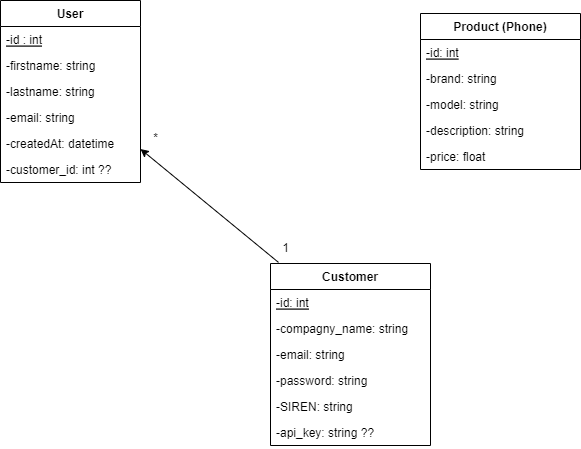
Above: Diagrams/Diagramme-de-classe_BileMo.drawio.png in bigben35/BileMo (draw.io), before the change. Source tidied: cells renumbered, new cells last; positions are measured from the earlier drawing's top-left corner, leaving out a move shared by most shapes. The source it was exported from:
```xml
<mxGraphModel>
  <root>
    <mxCell id="0" />
    <mxCell id="1" parent="0" />
    <mxCell id="2" value="Customer" style="swimlane;fontStyle=1;horizontal=1;startSize=26;fillColor=none;" parent="1" vertex="1">
      <mxGeometry x="270" y="263" width="160" height="182" as="geometry" />
    </mxCell>
    <mxCell id="3" value="-id: int" style="text;strokeColor=none;fillColor=none;align=left;verticalAlign=top;spacingLeft=4;spacingRight=4;overflow=hidden;fontStyle=4;" parent="2" vertex="1">
      <mxGeometry y="26" width="160" height="26" as="geometry" />
    </mxCell>
    <mxCell id="4" value="-compagny_name: string" style="text;strokeColor=none;fillColor=none;align=left;verticalAlign=top;spacingLeft=4;spacingRight=4;overflow=hidden;" parent="2" vertex="1">
      <mxGeometry y="52" width="160" height="26" as="geometry" />
    </mxCell>
    <mxCell id="5" value="-email: string" style="text;strokeColor=none;fillColor=none;align=left;verticalAlign=top;spacingLeft=4;spacingRight=4;overflow=hidden;" parent="2" vertex="1">
      <mxGeometry y="78" width="160" height="26" as="geometry" />
    </mxCell>
    <mxCell id="6" value="-password: string" style="text;strokeColor=none;fillColor=none;align=left;verticalAlign=top;spacingLeft=4;spacingRight=4;overflow=hidden;" parent="2" vertex="1">
      <mxGeometry y="104" width="160" height="26" as="geometry" />
    </mxCell>
    <mxCell id="7" value="-SIREN: string" style="text;strokeColor=none;fillColor=none;align=left;verticalAlign=top;spacingLeft=4;spacingRight=4;overflow=hidden;" parent="2" vertex="1">
      <mxGeometry y="130" width="160" height="26" as="geometry" />
    </mxCell>
    <mxCell id="8" value="-api_key: string ??" style="text;strokeColor=none;fillColor=none;align=left;verticalAlign=top;spacingLeft=4;spacingRight=4;overflow=hidden;" parent="2" vertex="1">
      <mxGeometry y="156" width="160" height="26" as="geometry" />
    </mxCell>
    <mxCell id="9" value="Product (Phone)" style="swimlane;fontStyle=1;horizontal=1;startSize=26;fillColor=none;" parent="1" vertex="1">
      <mxGeometry x="420" y="13" width="160" height="156" as="geometry" />
    </mxCell>
    <mxCell id="10" value="-id: int" style="text;strokeColor=none;fillColor=none;align=left;verticalAlign=top;spacingLeft=4;spacingRight=4;overflow=hidden;fontStyle=4;" parent="9" vertex="1">
      <mxGeometry y="26" width="160" height="26" as="geometry" />
    </mxCell>
    <mxCell id="11" value="-brand: string" style="text;strokeColor=none;fillColor=none;align=left;verticalAlign=top;spacingLeft=4;spacingRight=4;overflow=hidden;" parent="9" vertex="1">
      <mxGeometry y="52" width="160" height="26" as="geometry" />
    </mxCell>
    <mxCell id="12" value="-model: string" style="text;strokeColor=none;fillColor=none;align=left;verticalAlign=top;spacingLeft=4;spacingRight=4;overflow=hidden;" parent="9" vertex="1">
      <mxGeometry y="78" width="160" height="26" as="geometry" />
    </mxCell>
    <mxCell id="13" value="-description: string" style="text;strokeColor=none;fillColor=none;align=left;verticalAlign=top;spacingLeft=4;spacingRight=4;overflow=hidden;" parent="9" vertex="1">
      <mxGeometry y="104" width="160" height="26" as="geometry" />
    </mxCell>
    <mxCell id="14" value="-price: float" style="text;strokeColor=none;fillColor=none;align=left;verticalAlign=top;spacingLeft=4;spacingRight=4;overflow=hidden;" parent="9" vertex="1">
      <mxGeometry y="130" width="160" height="26" as="geometry" />
    </mxCell>
    <mxCell id="15" value="User" style="swimlane;fontStyle=1;horizontal=1;startSize=26;fillColor=none;" parent="1" vertex="1">
      <mxGeometry width="140" height="182" as="geometry" />
    </mxCell>
    <mxCell id="16" value="-id : int" style="text;strokeColor=none;fillColor=none;align=left;verticalAlign=top;spacingLeft=4;spacingRight=4;overflow=hidden;fontStyle=4;" parent="15" vertex="1">
      <mxGeometry y="26" width="140" height="26" as="geometry" />
    </mxCell>
    <mxCell id="17" value="-firstname: string" style="text;strokeColor=none;fillColor=none;align=left;verticalAlign=top;spacingLeft=4;spacingRight=4;overflow=hidden;" parent="15" vertex="1">
      <mxGeometry y="52" width="140" height="26" as="geometry" />
    </mxCell>
    <mxCell id="18" value="-lastname: string" style="text;strokeColor=none;fillColor=none;align=left;verticalAlign=top;spacingLeft=4;spacingRight=4;overflow=hidden;" parent="15" vertex="1">
      <mxGeometry y="78" width="140" height="26" as="geometry" />
    </mxCell>
    <mxCell id="19" value="-email: string" style="text;strokeColor=none;fillColor=none;align=left;verticalAlign=top;spacingLeft=4;spacingRight=4;overflow=hidden;" parent="15" vertex="1">
      <mxGeometry y="104" width="140" height="26" as="geometry" />
    </mxCell>
    <mxCell id="20" value="-createdAt: datetime" style="text;strokeColor=none;fillColor=none;align=left;verticalAlign=top;spacingLeft=4;spacingRight=4;overflow=hidden;" parent="15" vertex="1">
      <mxGeometry y="130" width="140" height="26" as="geometry" />
    </mxCell>
    <mxCell id="21" value="-customer_id: int ??" style="text;strokeColor=none;fillColor=none;align=left;verticalAlign=top;spacingLeft=4;spacingRight=4;overflow=hidden;" parent="15" vertex="1">
      <mxGeometry y="156" width="140" height="26" as="geometry" />
    </mxCell>
    <mxCell id="22" style="endArrow=classic;html=1;rounded=0;exitX=0.05;exitY=-0.006;exitDx=0;exitDy=0;exitPerimeter=0;" parent="1" edge="1" source="2" target="15">
      <mxGeometry relative="1" as="geometry" />
    </mxCell>
    <mxCell id="23" value="1" style="text;html=1;align=center;verticalAlign=middle;strokeColor=none;fillColor=none;" parent="1" vertex="1">
      <mxGeometry x="270" y="233" width="30" height="30" as="geometry" />
    </mxCell>
    <mxCell id="24" value="*" style="text;html=1;align=center;verticalAlign=middle;strokeColor=none;fillColor=none;" parent="1" vertex="1">
      <mxGeometry x="140" y="123" width="30" height="30" as="geometry" />
    </mxCell>
  </root>
</mxGraphModel>
```
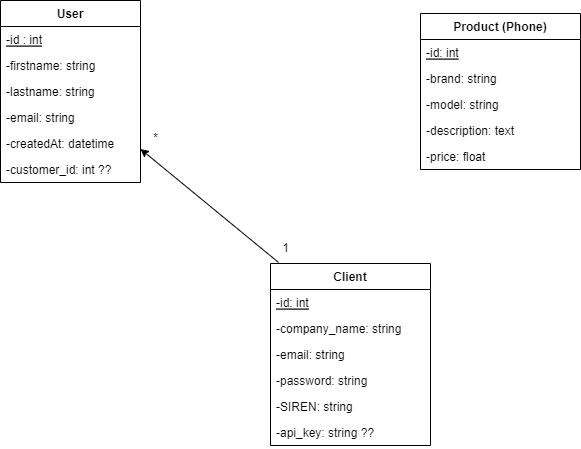
After the change.

What changed in the source:
```diff
@@ -2,13 +2,13 @@
   <root>
     <mxCell id="0" />
     <mxCell id="1" parent="0" />
-    <mxCell id="2" value="Customer" style="swimlane;fontStyle=1;horizontal=1;startSize=26;fillColor=none;" parent="1" vertex="1">
+    <mxCell id="2" value="Client" style="swimlane;fontStyle=1;horizontal=1;startSize=26;fillColor=none;" parent="1" vertex="1">
       <mxGeometry x="270" y="263" width="160" height="182" as="geometry" />
     </mxCell>
     <mxCell id="3" value="-id: int" style="text;strokeColor=none;fillColor=none;align=left;verticalAlign=top;spacingLeft=4;spacingRight=4;overflow=hidden;fontStyle=4;" parent="2" vertex="1">
       <mxGeometry y="26" width="160" height="26" as="geometry" />
     </mxCell>
-    <mxCell id="4" value="-compagny_name: string" style="text;strokeColor=none;fillColor=none;align=left;verticalAlign=top;spacingLeft=4;spacingRight=4;overflow=hidden;" parent="2" vertex="1">
+    <mxCell id="4" value="-company_name: string" style="text;strokeColor=none;fillColor=none;align=left;verticalAlign=top;spacingLeft=4;spacingRight=4;overflow=hidden;" parent="2" vertex="1">
       <mxGeometry y="52" width="160" height="26" as="geometry" />
     </mxCell>
     <mxCell id="5" value="-email: string" style="text;strokeColor=none;fillColor=none;align=left;verticalAlign=top;spacingLeft=4;spacingRight=4;overflow=hidden;" parent="2" vertex="1">
@@ -35,7 +35,7 @@
     <mxCell id="12" value="-model: string" style="text;strokeColor=none;fillColor=none;align=left;verticalAlign=top;spacingLeft=4;spacingRight=4;overflow=hidden;" parent="9" vertex="1">
       <mxGeometry y="78" width="160" height="26" as="geometry" />
     </mxCell>
-    <mxCell id="13" value="-description: string" style="text;strokeColor=none;fillColor=none;align=left;verticalAlign=top;spacingLeft=4;spacingRight=4;overflow=hidden;" parent="9" vertex="1">
+    <mxCell id="13" value="-description: text" style="text;strokeColor=none;fillColor=none;align=left;verticalAlign=top;spacingLeft=4;spacingRight=4;overflow=hidden;" parent="9" vertex="1">
       <mxGeometry y="104" width="160" height="26" as="geometry" />
     </mxCell>
     <mxCell id="14" value="-price: float" style="text;strokeColor=none;fillColor=none;align=left;verticalAlign=top;spacingLeft=4;spacingRight=4;overflow=hidden;" parent="9" vertex="1">
```
